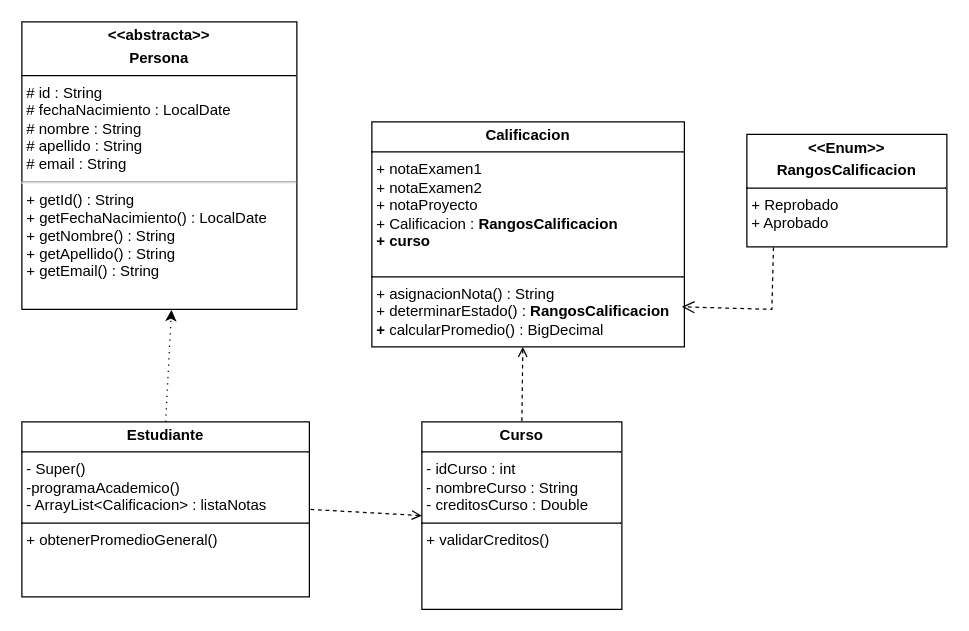
Earlier version of the draw.io diagram Java/Proyectos/CasoEstudio/src/main/java/com/mycompany/casoestudio/Diagrama sin título.drawio (BATRUCHO/university-projects). Source tidied: cells renumbered, new cells numbered last; positions are measured from the earlier drawing's top-left corner, leaving out a move shared by most shapes. Both pictures are drawn from the tidied source at 125%, with x=0, y=0 at pixel (21, 21).
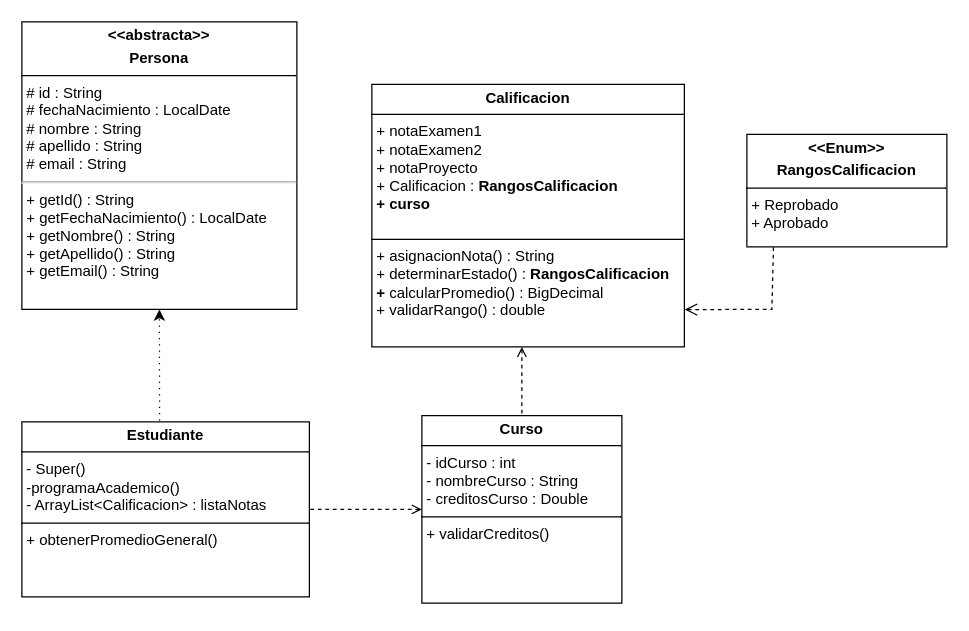
Above is the later version.

What changed in the source:
```diff
@@
 <mxGraphModel>
   <root>
     <mxCell id="0" />
     <mxCell id="1" parent="0" />
-    <mxCell id="2" value="&lt;p style=&quot;margin:0px;margin-top:4px;text-align:center;&quot;&gt;&lt;b&gt;Calificacion&lt;/b&gt;&lt;/p&gt;&lt;hr size=&quot;1&quot; style=&quot;border-style:solid;&quot;&gt;&lt;p style=&quot;margin:0px;margin-left:4px;&quot;&gt;+ notaExamen1&lt;/p&gt;&lt;p style=&quot;margin:0px;margin-left:4px;&quot;&gt;+ notaExamen2&lt;/p&gt;&lt;p style=&quot;margin:0px;margin-left:4px;&quot;&gt;+ notaProyecto&lt;/p&gt;&lt;p style=&quot;margin:0px;margin-left:4px;&quot;&gt;+ Calificacion :&amp;nbsp;&lt;b style=&quot;background-color: transparent; color: light-dark(rgb(0, 0, 0), rgb(255, 255, 255)); text-align: center;&quot;&gt;RangosCalificacion&lt;/b&gt;&lt;/p&gt;&lt;p style=&quot;margin:0px;margin-left:4px;&quot;&gt;&lt;b style=&quot;background-color: transparent; color: light-dark(rgb(0, 0, 0), rgb(255, 255, 255)); text-align: center;&quot;&gt;+ curso&lt;/b&gt;&lt;/p&gt;&lt;p style=&quot;margin:0px;margin-left:4px;&quot;&gt;&lt;br&gt;&lt;/p&gt;&lt;hr size=&quot;1&quot; style=&quot;border-style:solid;&quot;&gt;&lt;p style=&quot;margin:0px;margin-left:4px;&quot;&gt;+ asignacionNota() : String&lt;/p&gt;&lt;p style=&quot;margin:0px;margin-left:4px;&quot;&gt;+&amp;nbsp;&lt;span style=&quot;background-color: transparent; color: light-dark(rgb(0, 0, 0), rgb(255, 255, 255));&quot;&gt;determinarEstado() :&amp;nbsp;&lt;/span&gt;&lt;b style=&quot;background-color: transparent; color: light-dark(rgb(0, 0, 0), rgb(255, 255, 255)); text-align: center;&quot;&gt;RangosCalificacion&lt;/b&gt;&lt;/p&gt;&lt;p style=&quot;margin:0px;margin-left:4px;&quot;&gt;&lt;b style=&quot;background-color: transparent; color: light-dark(rgb(0, 0, 0), rgb(255, 255, 255)); text-align: center;&quot;&gt;+&amp;nbsp;&lt;/b&gt;&lt;span style=&quot;background-color: transparent; color: light-dark(rgb(0, 0, 0), rgb(255, 255, 255));&quot;&gt;calcularPromedio() : BigDecimal&lt;/span&gt;&lt;/p&gt;" style="verticalAlign=top;align=left;overflow=fill;html=1;whiteSpace=wrap;" parent="1" vertex="1">
-      <mxGeometry x="280" y="80" width="250" height="180" as="geometry" />
+    <mxCell id="2" value="&lt;p style=&quot;margin:0px;margin-top:4px;text-align:center;&quot;&gt;&lt;b&gt;Calificacion&lt;/b&gt;&lt;/p&gt;&lt;hr size=&quot;1&quot; style=&quot;border-style:solid;&quot;&gt;&lt;p style=&quot;margin:0px;margin-left:4px;&quot;&gt;+ notaExamen1&lt;/p&gt;&lt;p style=&quot;margin:0px;margin-left:4px;&quot;&gt;+ notaExamen2&lt;/p&gt;&lt;p style=&quot;margin:0px;margin-left:4px;&quot;&gt;+ notaProyecto&lt;/p&gt;&lt;p style=&quot;margin:0px;margin-left:4px;&quot;&gt;+ Calificacion :&amp;nbsp;&lt;b style=&quot;background-color: transparent; color: light-dark(rgb(0, 0, 0), rgb(255, 255, 255)); text-align: center;&quot;&gt;RangosCalificacion&lt;/b&gt;&lt;/p&gt;&lt;p style=&quot;margin:0px;margin-left:4px;&quot;&gt;&lt;b style=&quot;background-color: transparent; color: light-dark(rgb(0, 0, 0), rgb(255, 255, 255)); text-align: center;&quot;&gt;+ curso&lt;/b&gt;&lt;/p&gt;&lt;p style=&quot;margin:0px;margin-left:4px;&quot;&gt;&lt;br&gt;&lt;/p&gt;&lt;hr size=&quot;1&quot; style=&quot;border-style:solid;&quot;&gt;&lt;p style=&quot;margin:0px;margin-left:4px;&quot;&gt;+ asignacionNota() : String&lt;/p&gt;&lt;p style=&quot;margin:0px;margin-left:4px;&quot;&gt;+&amp;nbsp;&lt;span style=&quot;background-color: transparent; color: light-dark(rgb(0, 0, 0), rgb(255, 255, 255));&quot;&gt;determinarEstado() :&amp;nbsp;&lt;/span&gt;&lt;b style=&quot;background-color: transparent; color: light-dark(rgb(0, 0, 0), rgb(255, 255, 255)); text-align: center;&quot;&gt;RangosCalificacion&lt;/b&gt;&lt;/p&gt;&lt;p style=&quot;margin:0px;margin-left:4px;&quot;&gt;&lt;b style=&quot;background-color: transparent; color: light-dark(rgb(0, 0, 0), rgb(255, 255, 255)); text-align: center;&quot;&gt;+&amp;nbsp;&lt;/b&gt;&lt;span style=&quot;background-color: transparent; color: light-dark(rgb(0, 0, 0), rgb(255, 255, 255));&quot;&gt;calcularPromedio() : BigDecimal&lt;/span&gt;&lt;/p&gt;&lt;p style=&quot;margin:0px;margin-left:4px;&quot;&gt;&lt;span style=&quot;background-color: transparent; color: light-dark(rgb(0, 0, 0), rgb(255, 255, 255));&quot;&gt;+ validarRango() : double&lt;/span&gt;&lt;/p&gt;&lt;p style=&quot;margin:0px;margin-left:4px;&quot;&gt;&lt;span style=&quot;background-color: transparent; color: light-dark(rgb(0, 0, 0), rgb(255, 255, 255));&quot;&gt;&lt;br&gt;&lt;/span&gt;&lt;/p&gt;" style="verticalAlign=top;align=left;overflow=fill;html=1;whiteSpace=wrap;" parent="1" vertex="1">
+      <mxGeometry x="280" y="50" width="250" height="210" as="geometry" />
     </mxCell>
     <mxCell id="3" value="&lt;p style=&quot;margin:0px;margin-top:4px;text-align:center;&quot;&gt;&lt;b&gt;&amp;lt;&amp;lt;abstracta&amp;gt;&amp;gt;&lt;/b&gt;&lt;/p&gt;&lt;p style=&quot;margin:0px;margin-top:4px;text-align:center;&quot;&gt;&lt;b&gt;Persona&lt;/b&gt;&lt;/p&gt;&lt;hr size=&quot;1&quot; style=&quot;border-style:solid;&quot;&gt;&lt;p style=&quot;margin: 0px 0px 0px 4px;&quot;&gt;# id : String&lt;/p&gt;&lt;p style=&quot;margin: 0px 0px 0px 4px;&quot;&gt;# fechaNacimiento : LocalDate&lt;/p&gt;&lt;p style=&quot;margin: 0px 0px 0px 4px;&quot;&gt;# nombre : String&lt;/p&gt;&lt;p style=&quot;margin: 0px 0px 0px 4px;&quot;&gt;# apellido : String&lt;/p&gt;&lt;p style=&quot;margin: 0px 0px 0px 4px;&quot;&gt;# email : String&amp;nbsp;&lt;/p&gt;&lt;hr&gt;&lt;p style=&quot;margin: 0px 0px 0px 4px;&quot;&gt;&lt;/p&gt;&lt;p style=&quot;margin: 0px 0px 0px 4px;&quot;&gt;+ getId() : String&lt;/p&gt;&lt;p style=&quot;margin: 0px 0px 0px 4px;&quot;&gt;+ getFechaNacimiento() : LocalDate&lt;/p&gt;&lt;p style=&quot;margin: 0px 0px 0px 4px;&quot;&gt;+ getNombre() : String&lt;/p&gt;&lt;p style=&quot;margin: 0px 0px 0px 4px;&quot;&gt;+ getApellido() : String&lt;/p&gt;&lt;p style=&quot;margin: 0px 0px 0px 4px;&quot;&gt;+ getEmail() : String&lt;/p&gt;&lt;p style=&quot;margin: 0px 0px 0px 4px;&quot;&gt;&lt;br&gt;&lt;/p&gt;" style="verticalAlign=top;align=left;overflow=fill;html=1;whiteSpace=wrap;" parent="1" vertex="1">
       <mxGeometry width="220" height="230" as="geometry" />
     </mxCell>
     <mxCell id="4" value="&lt;p style=&quot;margin:0px;margin-top:4px;text-align:center;&quot;&gt;&lt;b&gt;Estudiante&lt;/b&gt;&lt;/p&gt;&lt;hr size=&quot;1&quot; style=&quot;border-style:solid;&quot;&gt;&lt;p style=&quot;margin:0px;margin-left:4px;&quot;&gt;- Super()&lt;/p&gt;&lt;p style=&quot;margin:0px;margin-left:4px;&quot;&gt;-programaAcademico()&lt;/p&gt;&lt;p style=&quot;margin:0px;margin-left:4px;&quot;&gt;- ArrayList&amp;lt;Calificacion&amp;gt; : listaNotas&lt;/p&gt;&lt;hr size=&quot;1&quot; style=&quot;border-style:solid;&quot;&gt;&lt;p style=&quot;margin:0px;margin-left:4px;&quot;&gt;+&amp;nbsp;obtenerPromedioGeneral()&lt;/p&gt;" style="verticalAlign=top;align=left;overflow=fill;html=1;whiteSpace=wrap;" parent="1" vertex="1">
       <mxGeometry y="320" width="230" height="140" as="geometry" />
     </mxCell>
-    <mxCell id="5" style="endArrow=classic;html=1;rounded=0;entryX=0.544;entryY=1.002;entryDx=0;entryDy=0;entryPerimeter=0;exitX=0.5;exitY=0;exitDx=0;exitDy=0;dashed=1;dashPattern=1 4;" parent="1" edge="1" source="4" target="3">
+    <mxCell id="5" style="endArrow=classic;html=1;rounded=0;entryX=0.5;entryY=1;entryDx=0;entryDy=0;exitX=0.479;exitY=-0.008;exitDx=0;exitDy=0;dashed=1;dashPattern=1 4;exitPerimeter=0;" parent="1" edge="1" source="4" target="3">
       <mxGeometry relative="1" as="geometry" />
     </mxCell>
     <mxCell id="6" value="&lt;p style=&quot;margin:0px;margin-top:4px;text-align:center;&quot;&gt;&lt;b&gt;&amp;lt;&amp;lt;Enum&amp;gt;&amp;gt;&lt;/b&gt;&lt;/p&gt;&lt;p style=&quot;margin:0px;margin-top:4px;text-align:center;&quot;&gt;&lt;b&gt;RangosCalificacion&lt;/b&gt;&lt;/p&gt;&lt;hr size=&quot;1&quot; style=&quot;border-style:solid;&quot;&gt;&lt;p style=&quot;margin:0px;margin-left:4px;&quot;&gt;+ Reprobado&lt;/p&gt;&lt;p style=&quot;margin:0px;margin-left:4px;&quot;&gt;+ Aprobado&lt;/p&gt;&lt;p style=&quot;margin:0px;margin-left:4px;&quot;&gt;&lt;br&gt;&lt;/p&gt;" style="verticalAlign=top;align=left;overflow=fill;html=1;whiteSpace=wrap;" parent="1" vertex="1">
       <mxGeometry x="580" y="90" width="160" height="90" as="geometry" />
     </mxCell>
-    <mxCell id="7" style="html=1;verticalAlign=bottom;endArrow=open;dashed=1;endSize=8;curved=0;rounded=0;exitX=0.133;exitY=1.003;exitDx=0;exitDy=0;exitPerimeter=0;entryX=0.992;entryY=0.822;entryDx=0;entryDy=0;entryPerimeter=0;" parent="1" edge="1" source="6" target="2">
+    <mxCell id="7" style="html=1;verticalAlign=bottom;endArrow=open;dashed=1;endSize=8;curved=0;rounded=0;exitX=0.133;exitY=1.003;exitDx=0;exitDy=0;exitPerimeter=0;entryX=1.001;entryY=0.858;entryDx=0;entryDy=0;entryPerimeter=0;" parent="1" edge="1" source="6" target="2">
       <mxGeometry x="-0.5" relative="1" as="geometry">
         <Array as="points">
           <mxPoint x="600" y="230" />
         </Array>
       </mxGeometry>
     </mxCell>
     <mxCell id="8" value="&lt;p style=&quot;margin:0px;margin-top:4px;text-align:center;&quot;&gt;&lt;b&gt;Curso&lt;/b&gt;&lt;/p&gt;&lt;hr size=&quot;1&quot; style=&quot;border-style:solid;&quot;&gt;&lt;p style=&quot;margin:0px;margin-left:4px;&quot;&gt;- idCurso : int&lt;/p&gt;&lt;p style=&quot;margin:0px;margin-left:4px;&quot;&gt;- nombreCurso : String&lt;/p&gt;&lt;p style=&quot;margin:0px;margin-left:4px;&quot;&gt;- creditosCurso : Double&lt;/p&gt;&lt;hr size=&quot;1&quot; style=&quot;border-style:solid;&quot;&gt;&lt;p style=&quot;margin:0px;margin-left:4px;&quot;&gt;+ validarCreditos()&lt;/p&gt;" style="verticalAlign=top;align=left;overflow=fill;html=1;whiteSpace=wrap;" parent="1" vertex="1">
-      <mxGeometry x="320" y="320" width="160" height="150" as="geometry" />
+      <mxGeometry x="320" y="315" width="160" height="150" as="geometry" />
     </mxCell>
     <mxCell id="9" style="html=1;verticalAlign=bottom;endArrow=none;dashed=1;endSize=8;curved=0;rounded=0;exitX=0;exitY=0.5;exitDx=0;exitDy=0;entryX=1;entryY=0.5;entryDx=0;entryDy=0;endFill=0;startArrow=open;startFill=0;" parent="1" edge="1" source="8" target="4">
       <mxGeometry relative="1" as="geometry" />
     </mxCell>
-    <mxCell id="10" style="html=1;verticalAlign=bottom;endArrow=none;dashed=1;endSize=8;curved=0;rounded=0;entryX=0.5;entryY=0;entryDx=0;entryDy=0;endFill=0;startArrow=open;startFill=0;exitX=0.483;exitY=1;exitDx=0;exitDy=0;exitPerimeter=0;" parent="1" edge="1" source="2" target="8">
-      <mxGeometry relative="1" as="geometry" />
+    <mxCell id="10" style="html=1;verticalAlign=bottom;endArrow=none;dashed=1;endSize=8;curved=0;rounded=0;entryX=0.5;entryY=0;entryDx=0;entryDy=0;endFill=0;startArrow=open;startFill=0;" parent="1" edge="1" target="8">
+      <mxGeometry relative="1" as="geometry">
+        <mxPoint x="400" y="260" as="sourcePoint" />
+      </mxGeometry>
     </mxCell>
   </root>
 </mxGraphModel>
```
